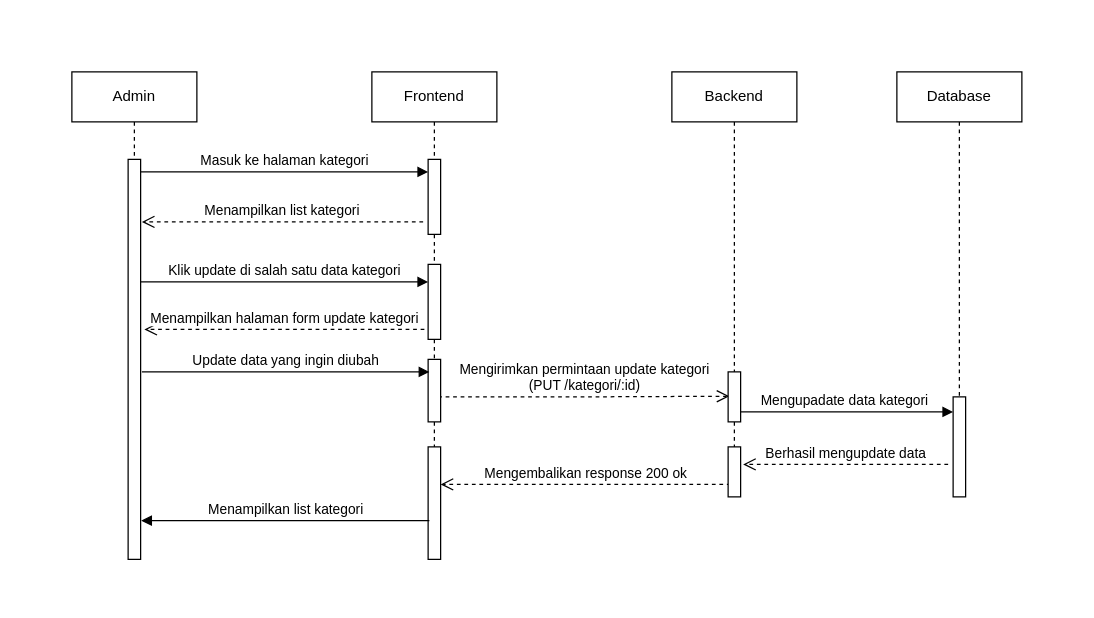
Earlier version of the draw.io diagram page "Halaman-2" (2 of 12) of Sequence.drawio (sintariaulia/Diagram). Source tidied: cells renumbered, new cells numbered last; positions are measured from the earlier drawing's top-left corner, leaving out a move shared by most shapes. Both pictures are drawn from the tidied source at 125%, with x=0, y=0 at pixel (71, 71).
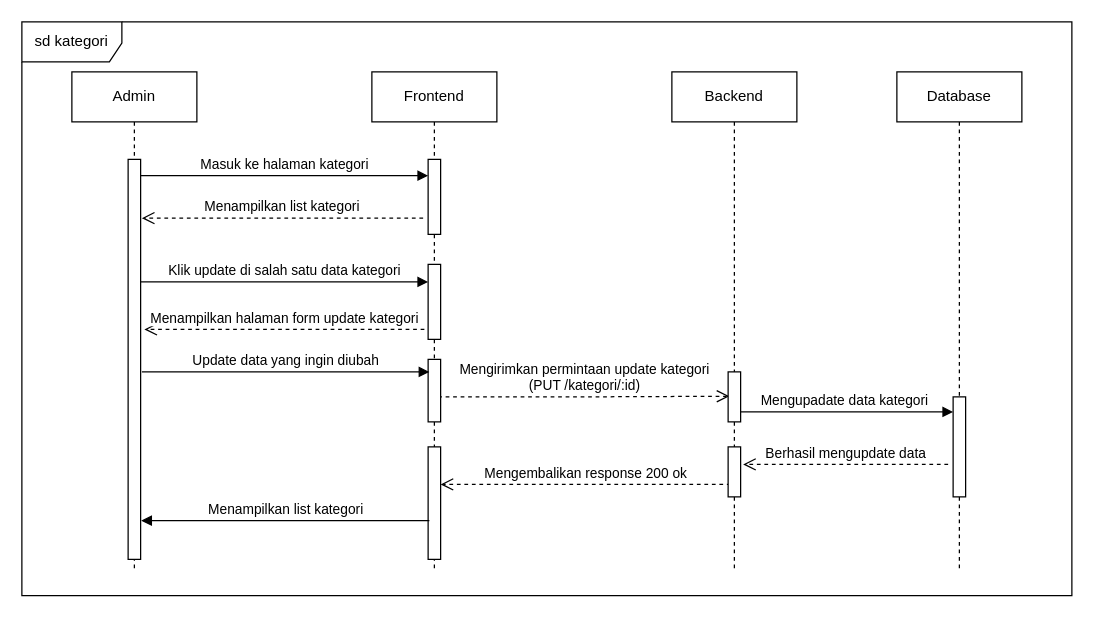
After the change.

Unchanged cells that the change refers to:
```xml
<mxCell id="6" style="html=1;points=[];perimeter=orthogonalPerimeter;outlineConnect=0;targetShapes=umlLifeline;portConstraint=eastwest;newEdgeStyle={&quot;edgeStyle&quot;:&quot;elbowEdgeStyle&quot;,&quot;elbow&quot;:&quot;vertical&quot;,&quot;curved&quot;:0,&quot;rounded&quot;:0};" parent="5" vertex="1">
  <mxGeometry x="45" y="70" width="10" height="320" as="geometry" />
</mxCell>
<mxCell id="8" style="html=1;points=[];perimeter=orthogonalPerimeter;outlineConnect=0;targetShapes=umlLifeline;portConstraint=eastwest;newEdgeStyle={&quot;edgeStyle&quot;:&quot;elbowEdgeStyle&quot;,&quot;elbow&quot;:&quot;vertical&quot;,&quot;curved&quot;:0,&quot;rounded&quot;:0};" parent="7" vertex="1">
  <mxGeometry x="45" y="70" width="10" height="60" as="geometry" />
</mxCell>
```

What changed in the source:
```diff
@@
     <mxCell id="5" value="Admin" style="shape=umlLifeline;perimeter=lifelinePerimeter;whiteSpace=wrap;html=1;newEdgeStyle={&quot;edgeStyle&quot;:&quot;elbowEdgeStyle&quot;,&quot;elbow&quot;:&quot;vertical&quot;,&quot;curved&quot;:0,&quot;rounded&quot;:0};" parent="1" vertex="1">
-      <mxGeometry width="100" height="390" as="geometry" />
+      <mxGeometry width="100" height="400" as="geometry" />
     </mxCell>
@@
     <mxCell id="7" value="Frontend" style="shape=umlLifeline;perimeter=lifelinePerimeter;whiteSpace=wrap;html=1;newEdgeStyle={&quot;edgeStyle&quot;:&quot;elbowEdgeStyle&quot;,&quot;elbow&quot;:&quot;vertical&quot;,&quot;curved&quot;:0,&quot;rounded&quot;:0};" parent="1" vertex="1">
-      <mxGeometry x="240" width="100" height="390" as="geometry" />
+      <mxGeometry x="240" width="100" height="400" as="geometry" />
     </mxCell>
@@
-    <mxCell id="12" value="Masuk ke halaman kategori" style="html=1;verticalAlign=bottom;endArrow=block;edgeStyle=elbowEdgeStyle;elbow=horizontal;curved=0;rounded=0;" parent="1" edge="1" source="6" target="8">
+    <mxCell id="12" value="Masuk ke halaman kategori" style="html=1;verticalAlign=bottom;endArrow=block;edgeStyle=elbowEdgeStyle;elbow=horizontal;curved=0;rounded=0;" parent="1" edge="1">
       <mxGeometry relative="1" as="geometry">
+        <mxPoint x="55" y="83" as="sourcePoint" />
+        <mxPoint x="285" y="83" as="targetPoint" />
         <Array as="points">
-          <mxPoint x="140" y="80" />
+          <mxPoint x="140" y="83" />
         </Array>
       </mxGeometry>
     </mxCell>
@@
     <mxCell id="14" value="Backend" style="shape=umlLifeline;perimeter=lifelinePerimeter;whiteSpace=wrap;html=1;newEdgeStyle={&quot;edgeStyle&quot;:&quot;elbowEdgeStyle&quot;,&quot;elbow&quot;:&quot;vertical&quot;,&quot;curved&quot;:0,&quot;rounded&quot;:0};" parent="1" vertex="1">
-      <mxGeometry x="480" width="100" height="340" as="geometry" />
+      <mxGeometry x="480" width="100" height="400" as="geometry" />
     </mxCell>
@@
     <mxCell id="17" value="Database" style="shape=umlLifeline;perimeter=lifelinePerimeter;whiteSpace=wrap;html=1;newEdgeStyle={&quot;edgeStyle&quot;:&quot;elbowEdgeStyle&quot;,&quot;elbow&quot;:&quot;vertical&quot;,&quot;curved&quot;:0,&quot;rounded&quot;:0};" parent="1" vertex="1">
-      <mxGeometry x="660" width="100" height="340" as="geometry" />
+      <mxGeometry x="660" width="100" height="400" as="geometry" />
     </mxCell>
@@
     <mxCell id="19" value="Menampilkan list kategori" style="html=1;verticalAlign=bottom;endArrow=open;dashed=1;endSize=8;edgeStyle=elbowEdgeStyle;elbow=vertical;curved=0;rounded=0;" parent="1" edge="1">
       <mxGeometry relative="1" as="geometry">
-        <mxPoint x="281" y="120" as="sourcePoint" />
-        <mxPoint x="56" y="120" as="targetPoint" />
+        <mxPoint x="281" y="117" as="sourcePoint" />
+        <mxPoint x="56" y="117" as="targetPoint" />
       </mxGeometry>
     </mxCell>
@@
+    <mxCell id="24" value="sd kategori" style="shape=umlFrame;whiteSpace=wrap;html=1;width=80;height=32;" parent="1" vertex="1">
+      <mxGeometry x="-40" y="-40" width="840" height="459" as="geometry" />
+    </mxCell>
```
